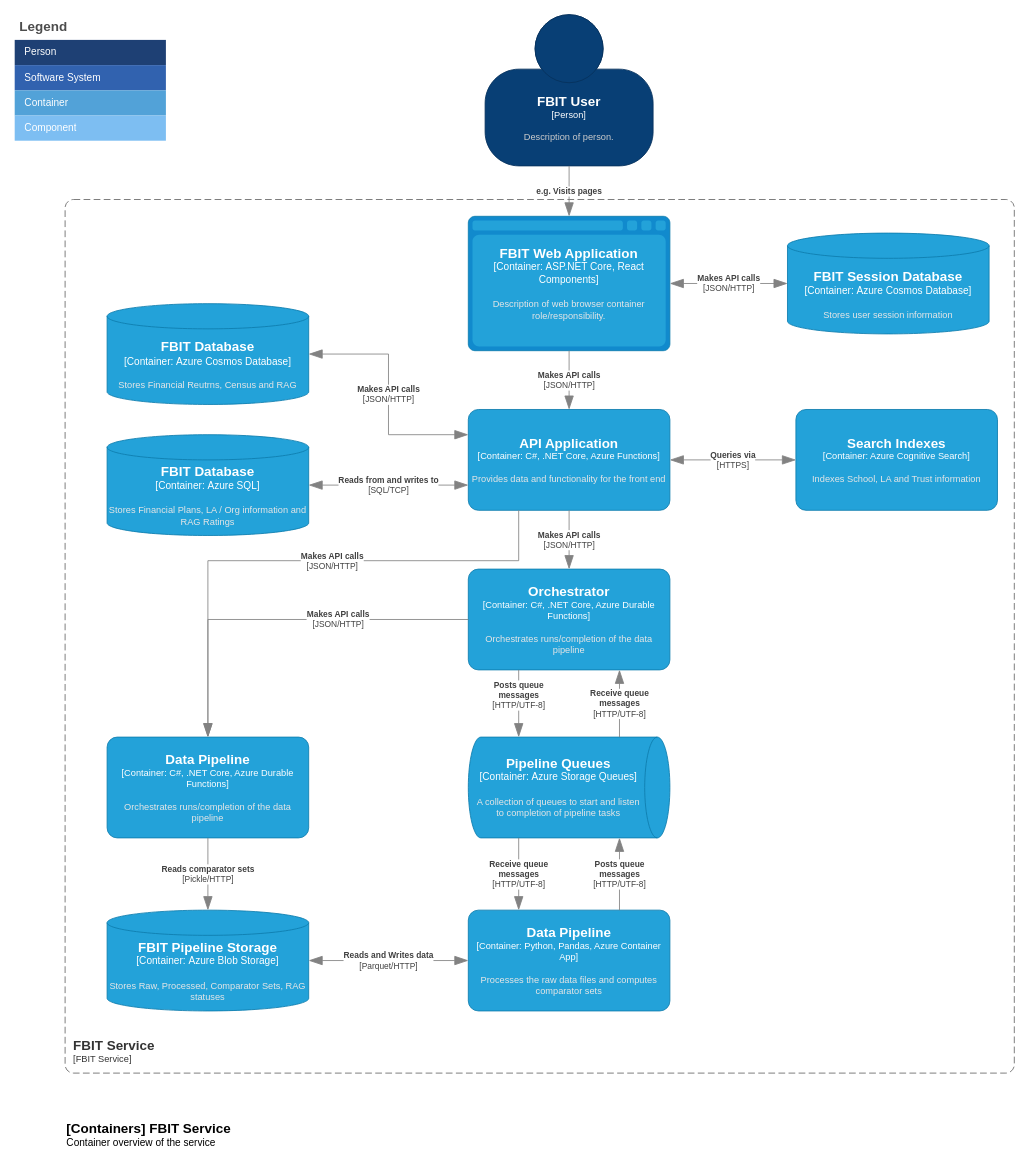
DFE-Digital/education-benchmarking-and-insights keeps this draw.io diagram as page "Container View" (3 of 14) of documentation/architecture/FBIT-Diagrams.drawio. Above is the earlier version. Source tidied: cells renumbered, new cells numbered last; positions are measured from the earlier drawing's top-left corner, leaving out a move shared by most shapes. Both pictures are drawn from the tidied source at 84%, with x=0, y=0 at pixel (14, 14).
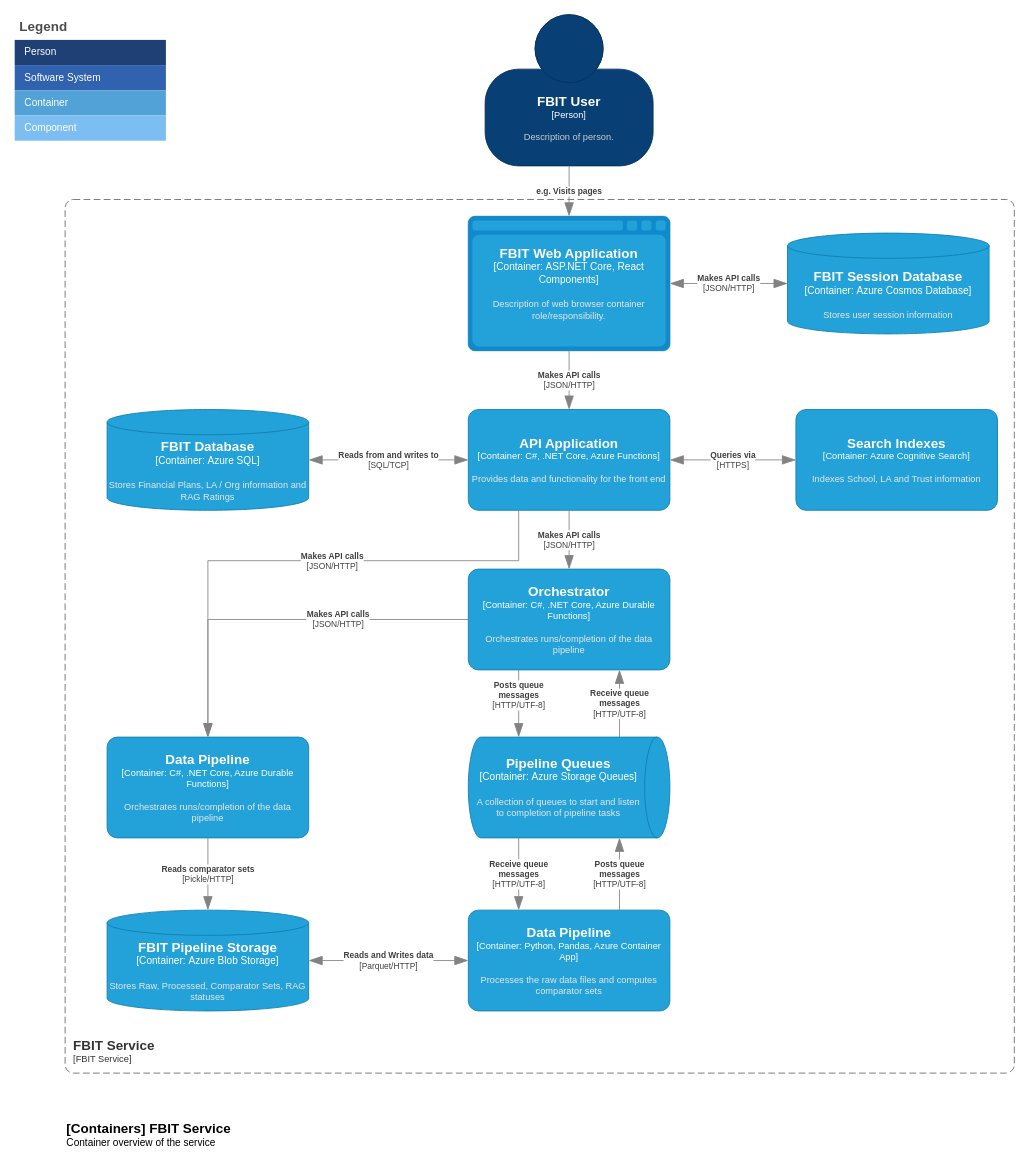
Above is the later version.

Unchanged cells that the change refers to:
```xml
<object id="15" label="&lt;font style=&quot;font-size: 16px&quot;&gt;&lt;b&gt;%c4Name%&lt;/b&gt;&lt;/font&gt;&lt;div&gt;[%c4Type%: %c4Technology%]&lt;/div&gt;&lt;br&gt;&lt;div&gt;&lt;font style=&quot;font-size: 11px&quot;&gt;&lt;font color=&quot;#E6E6E6&quot;&gt;%c4Description%&lt;/font&gt;&lt;/div&gt;" c4Description="Provides data and functionality for the front end" c4Name="API Application" c4Technology="C#, .NET Core, Azure Functions" c4Type="Container" placeholders="1">
  <mxCell style="rounded=1;whiteSpace=wrap;html=1;fontSize=11;labelBackgroundColor=none;fillColor=#23A2D9;fontColor=#ffffff;align=center;arcSize=10;strokeColor=#0E7DAD;points=[[0.25,0,0],[0.5,0,0],[0.75,0,0],[1,0.25,0],[1,0.5,0],[1,0.75,0],[0.75,1,0],[0.5,1,0],[0.25,1,0],[0,0.75,0],[0,0.5,0],[0,0.25,0]];" parent="1" vertex="1">
    <mxGeometry x="540" y="470" width="240" height="120" as="geometry" />
  </mxCell>
</object>
```

Diff of the diagram source:
```diff
@@
     <object id="17" label="&lt;font style=&quot;font-size: 16px&quot;&gt;&lt;b&gt;%c4Name%&lt;/b&gt;&lt;/font&gt;&lt;div&gt;[%c4Type%:&amp;nbsp;%c4Technology%]&lt;/div&gt;&lt;br&gt;&lt;div&gt;&lt;font style=&quot;font-size: 11px&quot;&gt;&lt;font color=&quot;#E6E6E6&quot;&gt;%c4Description%&lt;/font&gt;&lt;/div&gt;" c4Description="Stores Financial Plans, LA / Org information and RAG Ratings" c4Name="FBIT Database" c4Technology="Azure SQL" c4Type="Container" placeholders="1">
       <mxCell style="shape=cylinder3;size=15;whiteSpace=wrap;html=1;boundedLbl=1;rounded=0;labelBackgroundColor=none;fillColor=#23A2D9;fontSize=12;fontColor=#ffffff;align=center;strokeColor=#0E7DAD;points=[[0.5,0,0],[1,0.25,0],[1,0.5,0],[1,0.75,0],[0.5,1,0],[0,0.75,0],[0,0.5,0],[0,0.25,0]];" parent="1" vertex="1">
-        <mxGeometry x="110" y="500" width="240" height="120" as="geometry" />
+        <mxGeometry x="110" y="470" width="240" height="120" as="geometry" />
       </mxCell>
     </object>
     <object id="18" label="&lt;div style=&quot;text-align: left&quot;&gt;&lt;div style=&quot;text-align: center&quot;&gt;&lt;b&gt;%c4Description%&lt;/b&gt;&lt;/div&gt;&lt;div style=&quot;text-align: center&quot;&gt;[%c4Technology%]&lt;/div&gt;&lt;/div&gt;" c4Description="Reads from and writes to" c4Technology="SQL/TCP" placeholders="1">
-      <mxCell style="endArrow=blockThin;html=1;fontSize=10;fontColor=#404040;strokeWidth=1;endFill=1;strokeColor=#828282;elbow=vertical;endSize=14;startSize=14;jumpStyle=arc;jumpSize=16;rounded=0;edgeStyle=orthogonalEdgeStyle;entryX=1;entryY=0.5;entryDx=0;entryDy=0;entryPerimeter=0;exitX=0;exitY=0.75;exitDx=0;exitDy=0;exitPerimeter=0;startArrow=blockThin;startFill=1;" parent="1" edge="1" source="15" target="17">
+      <mxCell style="endArrow=blockThin;html=1;fontSize=10;fontColor=#404040;strokeWidth=1;endFill=1;strokeColor=#828282;elbow=vertical;endSize=14;startSize=14;jumpStyle=arc;jumpSize=16;rounded=0;edgeStyle=orthogonalEdgeStyle;entryX=1;entryY=0.5;entryDx=0;entryDy=0;entryPerimeter=0;exitX=0;exitY=0.5;exitDx=0;exitDy=0;exitPerimeter=0;startArrow=blockThin;startFill=1;" parent="1" edge="1" source="15" target="17">
         <mxGeometry relative="1" as="geometry" />
       </mxCell>
     </object>
@@
-    <object id="36" label="&lt;font style=&quot;font-size: 16px&quot;&gt;&lt;b&gt;%c4Name%&lt;/b&gt;&lt;/font&gt;&lt;div&gt;[%c4Type%:&amp;nbsp;%c4Technology%]&lt;/div&gt;&lt;br&gt;&lt;div&gt;&lt;font style=&quot;font-size: 11px&quot;&gt;&lt;font color=&quot;#E6E6E6&quot;&gt;%c4Description%&lt;/font&gt;&lt;/div&gt;" c4Description="Stores Financial Reutrns, Census and RAG" c4Name="FBIT Database" c4Technology="Azure Cosmos Database" c4Type="Container" placeholders="1">
-      <mxCell style="shape=cylinder3;size=15;whiteSpace=wrap;html=1;boundedLbl=1;rounded=0;labelBackgroundColor=none;fillColor=#23A2D9;fontSize=12;fontColor=#ffffff;align=center;strokeColor=#0E7DAD;points=[[0.5,0,0],[1,0.25,0],[1,0.5,0],[1,0.75,0],[0.5,1,0],[0,0.75,0],[0,0.5,0],[0,0.25,0]];" parent="1" vertex="1">
-        <mxGeometry x="110" y="344" width="240" height="120" as="geometry" />
-      </mxCell>
-    </object>
-    <object id="37" label="&lt;div style=&quot;text-align: left&quot;&gt;&lt;div style=&quot;text-align: center&quot;&gt;&lt;b&gt;%c4Description%&lt;/b&gt;&lt;/div&gt;&lt;div style=&quot;text-align: center&quot;&gt;[%c4Technology%]&lt;/div&gt;&lt;/div&gt;" c4Description="Makes API calls" c4Technology="JSON/HTTP" placeholders="1">
-      <mxCell style="endArrow=blockThin;html=1;fontSize=10;fontColor=#404040;strokeWidth=1;endFill=1;strokeColor=#828282;elbow=vertical;endSize=14;startSize=14;jumpStyle=arc;jumpSize=16;rounded=0;edgeStyle=orthogonalEdgeStyle;exitX=1;exitY=0.5;exitDx=0;exitDy=0;exitPerimeter=0;entryX=0;entryY=0.25;entryDx=0;entryDy=0;entryPerimeter=0;startArrow=blockThin;startFill=1;" parent="1" edge="1" source="36" target="15">
-        <mxGeometry relative="1" as="geometry" />
-      </mxCell>
-    </object>
```
